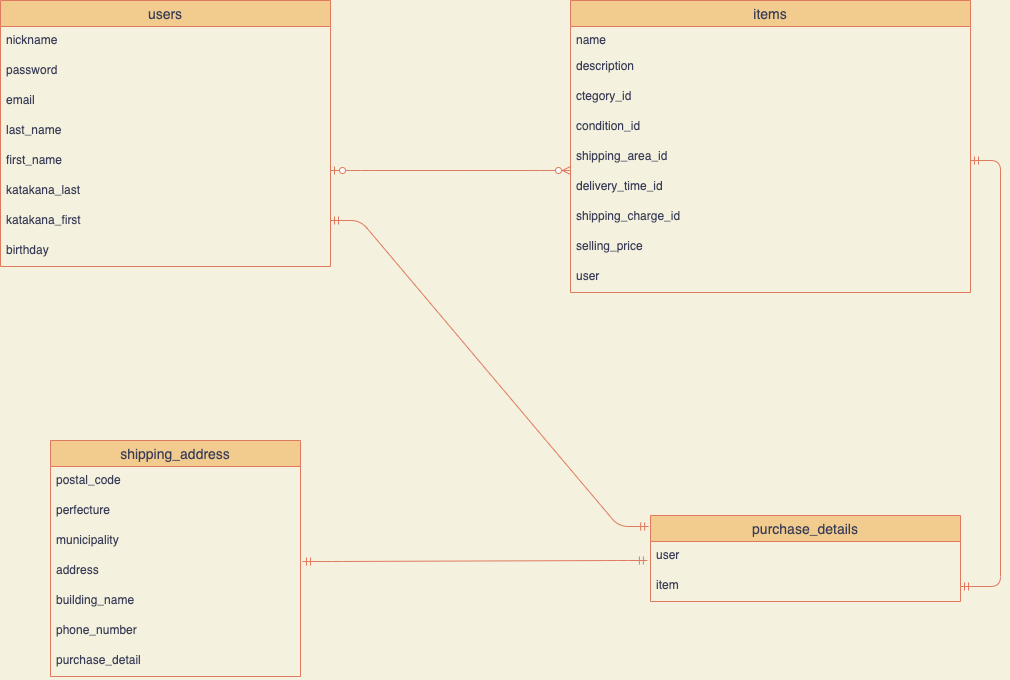
This is furima.dio.png from maru-maru-bonbon/furima-30635, a draw.io export, as it was before one commit. Source tidied: cells renumbered, new cells last; positions are measured from the earlier drawing's top-left corner, leaving out a move shared by most shapes.
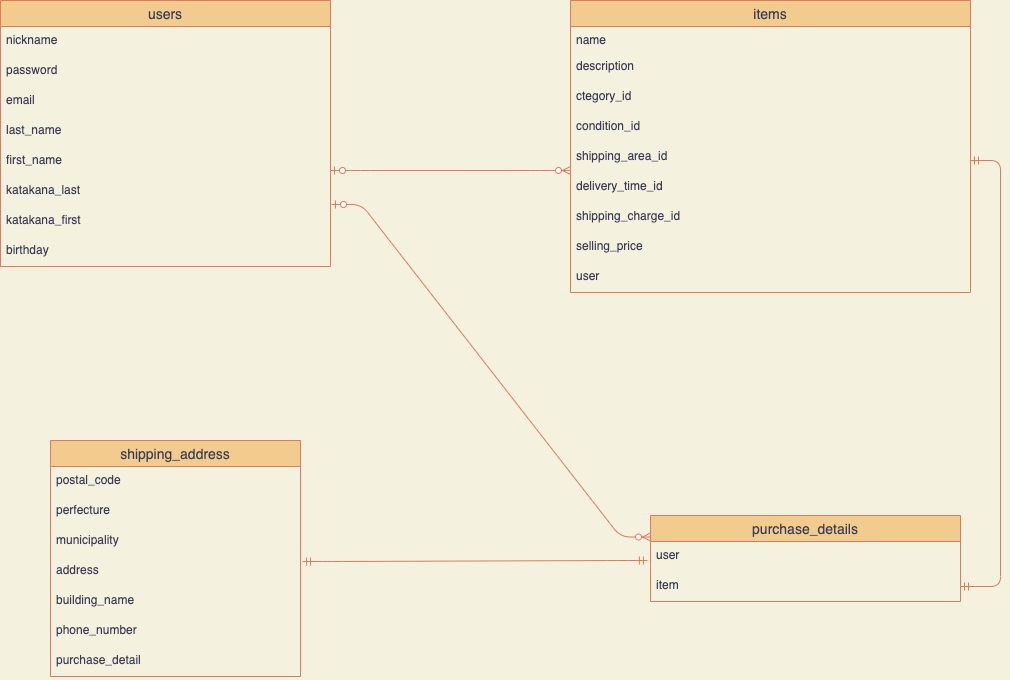
The same file after the commit.

Commit message:
ER図のテーブル間のアソシエーションを修正

The edit, as a diff of the source:
```diff
@@ -102,15 +102,13 @@
     <mxCell id="33" value="item" style="text;strokeColor=none;fillColor=none;spacingLeft=4;spacingRight=4;overflow=hidden;points=[[0,0.5],[1,0.5]];portConstraint=eastwest;fontSize=12;fontColor=#393C56;" parent="31" vertex="1">
       <mxGeometry y="56" width="310" height="30" as="geometry" />
     </mxCell>
-    <mxCell id="34" style="edgeStyle=entityRelationEdgeStyle;fontSize=12;html=1;endArrow=ERmandOne;startArrow=ERmandOne;strokeColor=#E07A5F;fillColor=#F2CC8F;entryX=-0.006;entryY=0.128;entryDx=0;entryDy=0;entryPerimeter=0;" parent="1" edge="1" target="31">
-      <mxGeometry relative="1" as="geometry">
-        <mxPoint x="330" y="220" as="sourcePoint" />
-      </mxGeometry>
-    </mxCell>
     <mxCell id="35" style="edgeStyle=entityRelationEdgeStyle;fontSize=12;html=1;endArrow=ERmandOne;startArrow=ERmandOne;strokeColor=#E07A5F;fillColor=#F2CC8F;" parent="1" edge="1" target="33">
       <mxGeometry relative="1" as="geometry">
         <mxPoint x="970" y="160" as="sourcePoint" />
       </mxGeometry>
     </mxCell>
+    <mxCell id="36" style="edgeStyle=entityRelationEdgeStyle;fontSize=12;html=1;endArrow=ERzeroToMany;startArrow=ERzeroToOne;strokeColor=#E07A5F;fillColor=#F2CC8F;exitX=1.003;exitY=-0.067;exitDx=0;exitDy=0;exitPerimeter=0;entryX=0;entryY=0.25;entryDx=0;entryDy=0;" parent="1" edge="1" source="9" target="31">
+      <mxGeometry relative="1" as="geometry" />
+    </mxCell>
   </root>
 </mxGraphModel>
```
